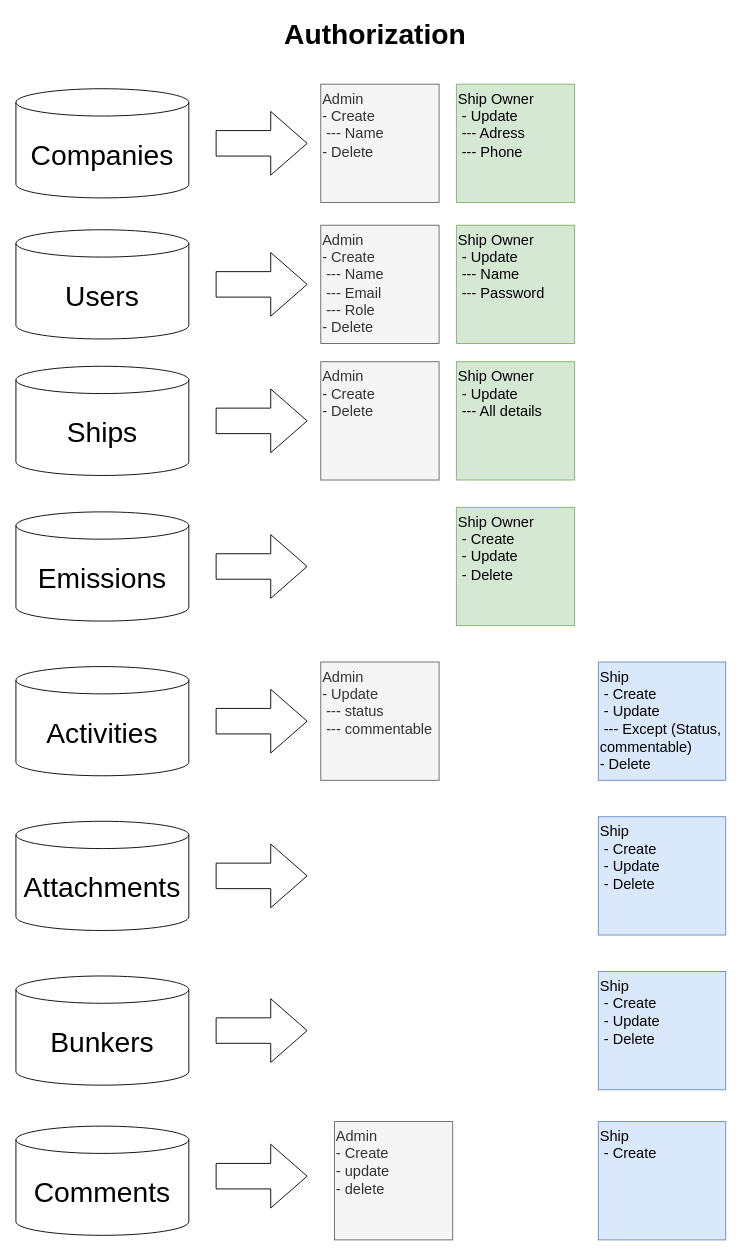
Above: page "Page-5" (4 of 5) of mrvtool.drawio in dagistan-tuncbilek/tasarimlar (draw.io), before the change. Source tidied: cells renumbered, new cells numbered last; positions are measured from the earlier drawing's top-left corner, leaving out a move shared by most shapes. Both pictures are drawn from the tidied source at 91%, with x=0, y=0 at pixel (15, 15).
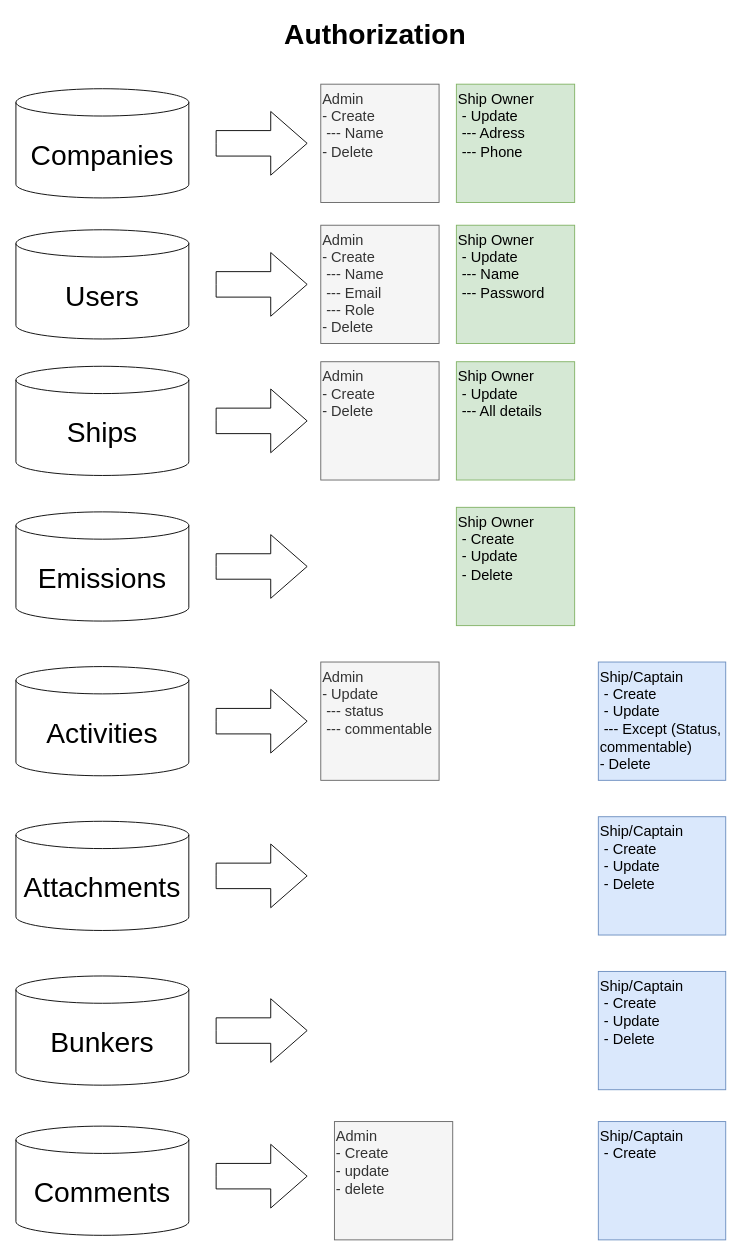
The same diagram, later.

Change to the diagram source:
```diff
@@
-    <mxCell id="21" value="&lt;div&gt;Ship&lt;br&gt;&lt;/div&gt;&lt;div&gt;&amp;nbsp;- Create&lt;br&gt;&lt;/div&gt;&lt;div&gt;&amp;nbsp;- Update&lt;/div&gt;&lt;div&gt;&amp;nbsp;--- Except (Status, commentable)&lt;/div&gt;&lt;div&gt;- Delete&lt;br&gt;&lt;/div&gt;" style="rounded=0;whiteSpace=wrap;html=1;fontSize=16;align=left;verticalAlign=top;fillColor=#dae8fc;strokeColor=#6c8ebf;" parent="1" vertex="1">
+    <mxCell id="21" value="&lt;div&gt;Ship/Captain&lt;br&gt;&lt;/div&gt;&lt;div&gt;&amp;nbsp;- Create&lt;br&gt;&lt;/div&gt;&lt;div&gt;&amp;nbsp;- Update&lt;/div&gt;&lt;div&gt;&amp;nbsp;--- Except (Status, commentable)&lt;/div&gt;&lt;div&gt;- Delete&lt;br&gt;&lt;/div&gt;" style="rounded=0;whiteSpace=wrap;html=1;fontSize=16;align=left;verticalAlign=top;fillColor=#dae8fc;strokeColor=#6c8ebf;" parent="1" vertex="1">
       <mxGeometry x="640" y="710" width="140" height="130" as="geometry" />
     </mxCell>
@@
-    <mxCell id="24" value="&lt;div&gt;Ship&lt;br&gt;&lt;/div&gt;&lt;div&gt;&amp;nbsp;- Create&lt;br&gt;&lt;/div&gt;&lt;div&gt;&amp;nbsp;- Update&lt;/div&gt;&lt;div&gt;&amp;nbsp;- Delete&lt;br&gt;&lt;/div&gt;" style="rounded=0;whiteSpace=wrap;html=1;fontSize=16;align=left;verticalAlign=top;fillColor=#dae8fc;strokeColor=#6c8ebf;" parent="1" vertex="1">
+    <mxCell id="24" value="&lt;div&gt;Ship/Captain&lt;/div&gt;&lt;div&gt;&amp;nbsp;- Create&lt;br&gt;&lt;/div&gt;&lt;div&gt;&amp;nbsp;- Update&lt;/div&gt;&lt;div&gt;&amp;nbsp;- Delete&lt;br&gt;&lt;/div&gt;" style="rounded=0;whiteSpace=wrap;html=1;fontSize=16;align=left;verticalAlign=top;fillColor=#dae8fc;strokeColor=#6c8ebf;" parent="1" vertex="1">
       <mxGeometry x="640" y="880" width="140" height="130" as="geometry" />
     </mxCell>
@@
-    <mxCell id="27" value="&lt;div&gt;Ship&lt;br&gt;&lt;/div&gt;&lt;div&gt;&amp;nbsp;- Create&lt;br&gt;&lt;/div&gt;&lt;div&gt;&amp;nbsp;- Update&lt;/div&gt;&lt;div&gt;&amp;nbsp;- Delete&lt;br&gt;&lt;/div&gt;" style="rounded=0;whiteSpace=wrap;html=1;fontSize=16;align=left;verticalAlign=top;fillColor=#dae8fc;strokeColor=#6c8ebf;" parent="1" vertex="1">
+    <mxCell id="27" value="&lt;div&gt;Ship/Captain&lt;/div&gt;&lt;div&gt;&amp;nbsp;- Create&lt;br&gt;&lt;/div&gt;&lt;div&gt;&amp;nbsp;- Update&lt;/div&gt;&lt;div&gt;&amp;nbsp;- Delete&lt;br&gt;&lt;/div&gt;" style="rounded=0;whiteSpace=wrap;html=1;fontSize=16;align=left;verticalAlign=top;fillColor=#dae8fc;strokeColor=#6c8ebf;" parent="1" vertex="1">
       <mxGeometry x="640" y="1050" width="140" height="130" as="geometry" />
     </mxCell>
@@
-    <mxCell id="30" value="&lt;div&gt;Ship&lt;br&gt;&lt;/div&gt;&lt;div&gt;&amp;nbsp;- Create&lt;br&gt;&lt;/div&gt;" style="rounded=0;whiteSpace=wrap;html=1;fontSize=16;align=left;verticalAlign=top;fillColor=#dae8fc;strokeColor=#6c8ebf;" parent="1" vertex="1">
+    <mxCell id="30" value="&lt;div&gt;Ship/Captain&lt;/div&gt;&lt;div&gt;&amp;nbsp;- Create&lt;br&gt;&lt;/div&gt;" style="rounded=0;whiteSpace=wrap;html=1;fontSize=16;align=left;verticalAlign=top;fillColor=#dae8fc;strokeColor=#6c8ebf;" parent="1" vertex="1">
       <mxGeometry x="640" y="1215" width="140" height="130" as="geometry" />
     </mxCell>
```
